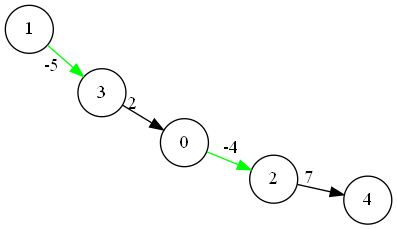
The Graphviz diagram grafosGraphiz/grafo.png in vanni-gio/Trabalho_PAA2, before a commit. Its source is kept beside it as grafosGraphiz/grafo.gv.
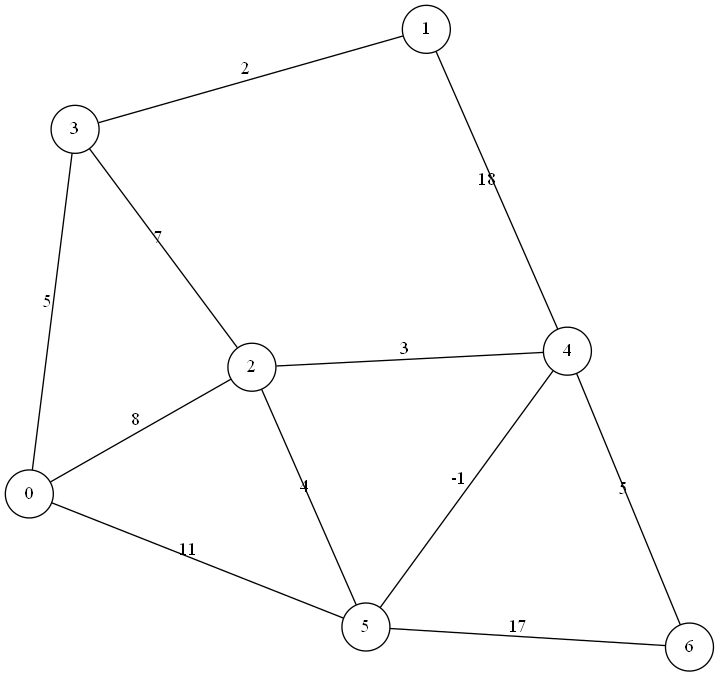
After the commit.

The edit, as a diff of the source:
```diff
@@ -1,8 +1,17 @@
-digraph G{
-layout=neato
-	node[shape="circle"]
-3 -> 0 [label="2", color=black]
-0 -> 2 [label="-4", color=green]
-1 -> 3 [label="-5", color=green]
-2 -> 4 [label="7", color=black]
+graph G{
+ size="8.5"
+ratio="expand";
+layout=neato;
+	node[shape="circle"];
+2 -- 0 [label="8", color=black];
+3 -- 0 [label="5", color=black];
+3 -- 1 [label="2", color=black];
+3 -- 2 [label="7", color=black];
+4 -- 1 [label="18", color=black];
+4 -- 2 [label="3", color=black];
+5 -- 0 [label="11", color=black];
+5 -- 2 [label="4", color=black];
+5 -- 4 [label="-1", color=black];
+6 -- 4 [label="5", color=black];
+6 -- 5 [label="17", color=black];
 }
```
